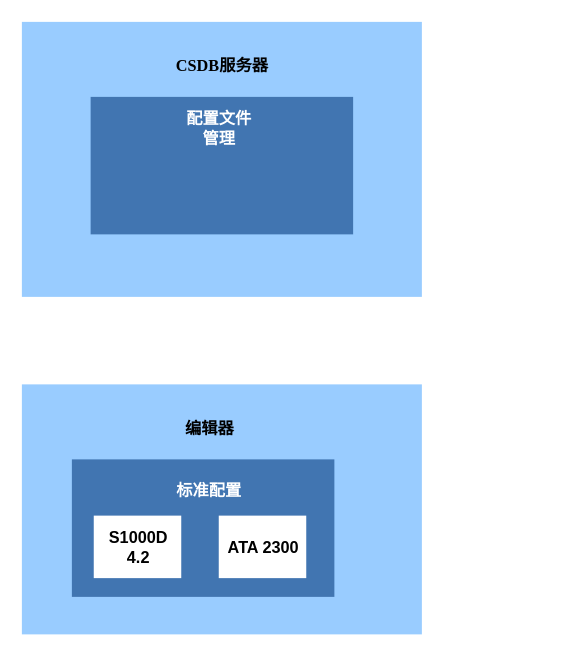
DemonHan/KuickBuy keeps this draw.io diagram as csdb/编辑器支持4.2.drawio. Above is the earlier version. Source tidied: cells renumbered, new cells numbered last; positions are measured from the earlier drawing's top-left corner, leaving out a move shared by most shapes. Both pictures are drawn from the tidied source at 125%, with x=0, y=0 at pixel (21, 21).
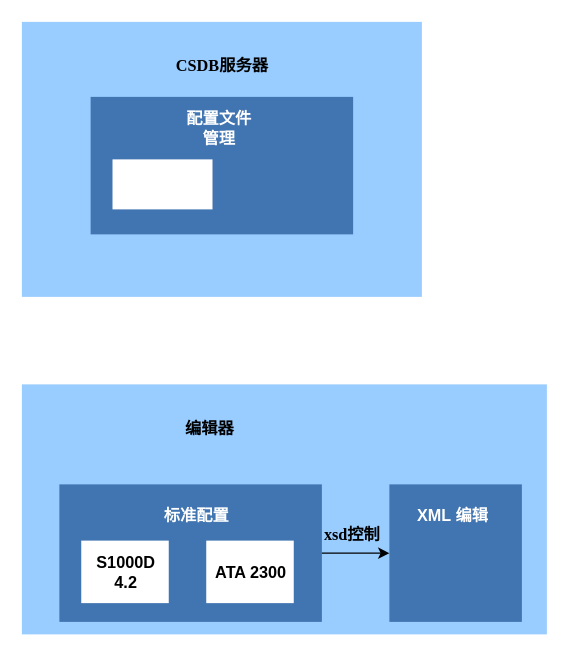
After the change.

Commit message (it also covers changes not shown here):
更新编辑器支持4.2.drawio

What changed in the source:
```diff
@@
 <mxGraphModel>
   <root>
     <mxCell id="0" />
     <mxCell id="1" parent="0" />
     <mxCell id="2" style="rounded=0;whiteSpace=wrap;html=1;fillColor=#99CCFF;strokeColor=none;" parent="1" vertex="1">
-      <mxGeometry y="290" width="320" height="200" as="geometry" />
+      <mxGeometry y="290" width="420" height="200" as="geometry" />
     </mxCell>
     <mxCell id="3" value="编辑器" style="text;html=1;align=center;verticalAlign=middle;strokeColor=none;fillColor=none;fontStyle=1;fontFamily=Garamond;fontSize=13;" parent="1" vertex="1">
       <mxGeometry x="120" y="310" width="60" height="30" as="geometry" />
     </mxCell>
     <mxCell id="4" style="rounded=0;whiteSpace=wrap;html=1;fontStyle=1;fontSize=13;fillColor=#4175B1;strokeColor=none;" parent="1" vertex="1">
-      <mxGeometry x="40" y="350" width="210" height="110" as="geometry" />
+      <mxGeometry x="30" y="370" width="210" height="110" as="geometry" />
     </mxCell>
     <mxCell id="5" style="rounded=0;whiteSpace=wrap;html=1;fillColor=#99CCFF;strokeColor=none;" parent="1" vertex="1">
       <mxGeometry width="320" height="220" as="geometry" />
     </mxCell>
     <mxCell id="6" value="CSDB服务器" style="text;html=1;align=center;verticalAlign=middle;strokeColor=none;fillColor=none;fontStyle=1;fontFamily=Garamond;fontSize=13;" parent="1" vertex="1">
       <mxGeometry x="115" y="20" width="90" height="30" as="geometry" />
     </mxCell>
     <mxCell id="7" value="标准配置" style="text;html=1;align=center;verticalAlign=middle;whiteSpace=wrap;rounded=0;fontStyle=1;fontSize=13;strokeColor=none;fontColor=#FFFFFF;" parent="1" vertex="1">
-      <mxGeometry x="120" y="360" width="60" height="30" as="geometry" />
+      <mxGeometry x="110" y="380" width="60" height="30" as="geometry" />
     </mxCell>
     <mxCell id="8" style="rounded=0;whiteSpace=wrap;html=1;fontStyle=1;fontSize=13;fillColor=#FFFFFF;strokeColor=none;" parent="1" vertex="1">
-      <mxGeometry x="57.5" y="395" width="70" height="50" as="geometry" />
+      <mxGeometry x="47.5" y="415" width="70" height="50" as="geometry" />
     </mxCell>
     <mxCell id="9" value="S1000D&lt;div&gt;4.2&lt;/div&gt;" style="text;html=1;align=center;verticalAlign=middle;strokeColor=none;fillColor=none;fontStyle=1;fontSize=13;" parent="1" vertex="1">
-      <mxGeometry x="57.5" y="400" width="70" height="40" as="geometry" />
+      <mxGeometry x="47.5" y="420" width="70" height="40" as="geometry" />
     </mxCell>
     <mxCell id="10" style="rounded=0;whiteSpace=wrap;html=1;fontStyle=1;fontSize=13;fillColor=#FFFFFF;strokeColor=none;" parent="1" vertex="1">
-      <mxGeometry x="157.5" y="395" width="70" height="50" as="geometry" />
+      <mxGeometry x="147.5" y="415" width="70" height="50" as="geometry" />
     </mxCell>
     <mxCell id="11" value="ATA 2300" style="text;html=1;align=center;verticalAlign=middle;strokeColor=none;fillColor=none;fontStyle=1;fontSize=13;" parent="1" vertex="1">
-      <mxGeometry x="152.5" y="405" width="80" height="30" as="geometry" />
+      <mxGeometry x="142.5" y="425" width="80" height="30" as="geometry" />
     </mxCell>
     <mxCell id="12" style="rounded=0;whiteSpace=wrap;html=1;fontStyle=1;fontSize=13;fillColor=#4175B1;strokeColor=none;" parent="1" vertex="1">
       <mxGeometry x="55" y="60" width="210" height="110" as="geometry" />
     </mxCell>
     <mxCell id="13" value="配置文件管理" style="text;html=1;align=center;verticalAlign=middle;whiteSpace=wrap;rounded=0;fontStyle=1;fontSize=13;strokeColor=none;fontColor=#FFFFFF;" parent="1" vertex="1">
       <mxGeometry x="127.5" y="70" width="60" height="30" as="geometry" />
     </mxCell>
+    <mxCell id="14" style="rounded=0;whiteSpace=wrap;html=1;fontStyle=1;fontSize=13;fillColor=#FFFFFF;strokeColor=none;" parent="1" vertex="1">
+      <mxGeometry x="72.5" y="110" width="80" height="40" as="geometry" />
+    </mxCell>
+    <mxCell id="15" style="rounded=0;whiteSpace=wrap;html=1;fontStyle=1;fontSize=13;fillColor=#4175B1;strokeColor=none;" parent="1" vertex="1">
+      <mxGeometry x="294" y="370" width="106" height="110" as="geometry" />
+    </mxCell>
+    <mxCell id="16" value="XML 编辑" style="text;html=1;align=center;verticalAlign=middle;whiteSpace=wrap;rounded=0;fontStyle=1;fontSize=13;strokeColor=none;fontColor=#FFFFFF;" parent="1" vertex="1">
+      <mxGeometry x="315" y="380" width="60" height="30" as="geometry" />
+    </mxCell>
+    <mxCell id="17" style="endArrow=classic;html=1;rounded=0;exitX=1;exitY=0.5;exitDx=0;exitDy=0;entryX=0;entryY=0.5;entryDx=0;entryDy=0;" parent="1" edge="1" source="4" target="15">
+      <mxGeometry relative="1" as="geometry" />
+    </mxCell>
+    <mxCell id="18" value="xsd控制" style="text;html=1;align=center;verticalAlign=middle;strokeColor=none;fillColor=none;fontStyle=1;fontFamily=Garamond;fontSize=13;" parent="1" vertex="1">
+      <mxGeometry x="229" y="395" width="70" height="30" as="geometry" />
+    </mxCell>
   </root>
 </mxGraphModel>
```
